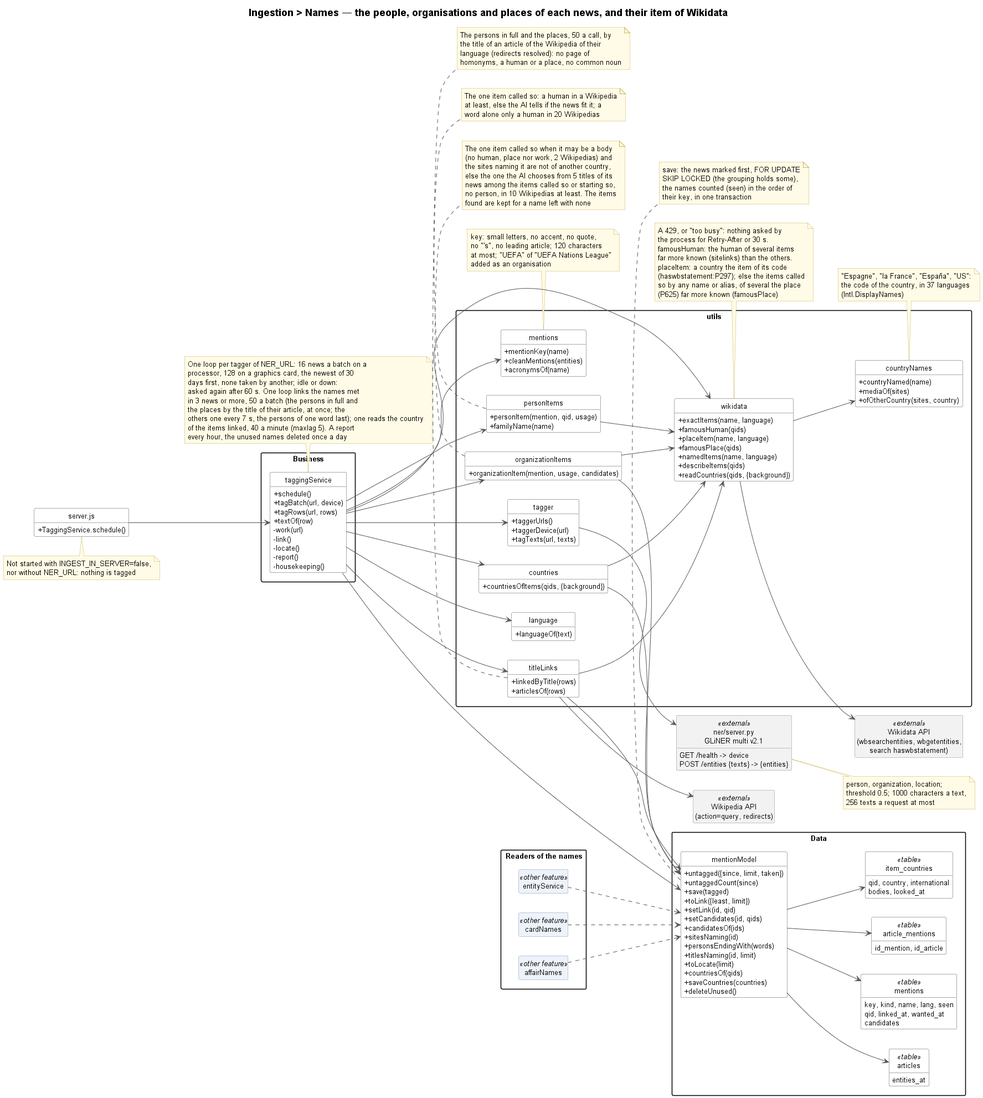
TPI2026-NewsGenerator/NewsGenerator-Backend keeps this PlantUML diagram as docs/ingestion/names/ingestion-names-class.png. Above is the earlier version.
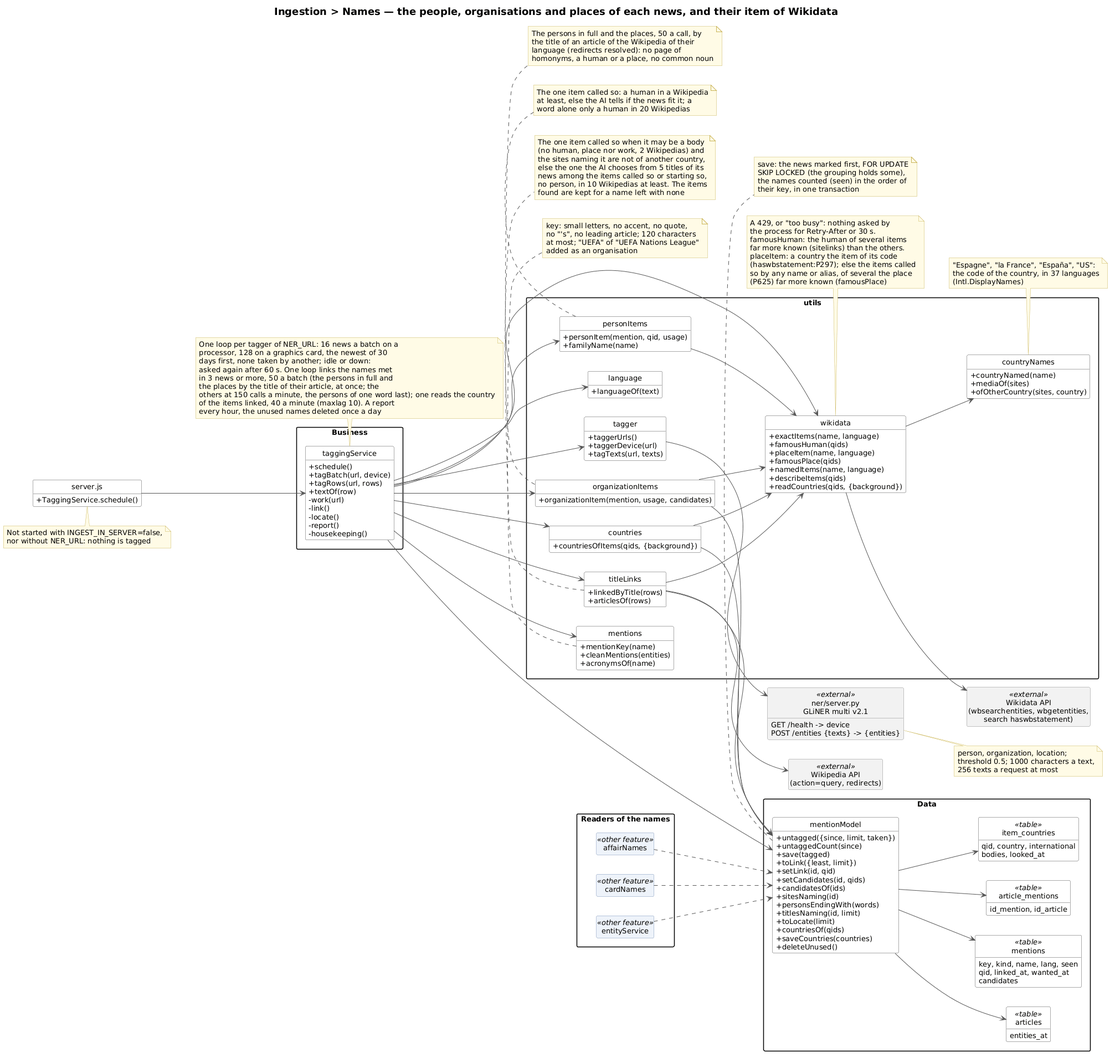
Later version of the same file.

Commit message:
Diagrams drawn again for the Wikidata calls: 150 a minute, maxlag 10

Diff of the diagram source:
```diff
@@ -31,8 +31,8 @@
     asked again after 60 s. One loop links the names met
     in 3 news or more, 50 a batch (the persons in full and
     the places by the title of their article, at once; the
-    others one every 7 s, the persons of one word last); one reads the country
-    of the items linked, 40 a minute (maxlag 5). A report
+    others at 150 calls a minute, the persons of one word last); one reads the country
+    of the items linked, 40 a minute (maxlag 10). A report
     every hour, the unused names deleted once a day
 end note
 
```
